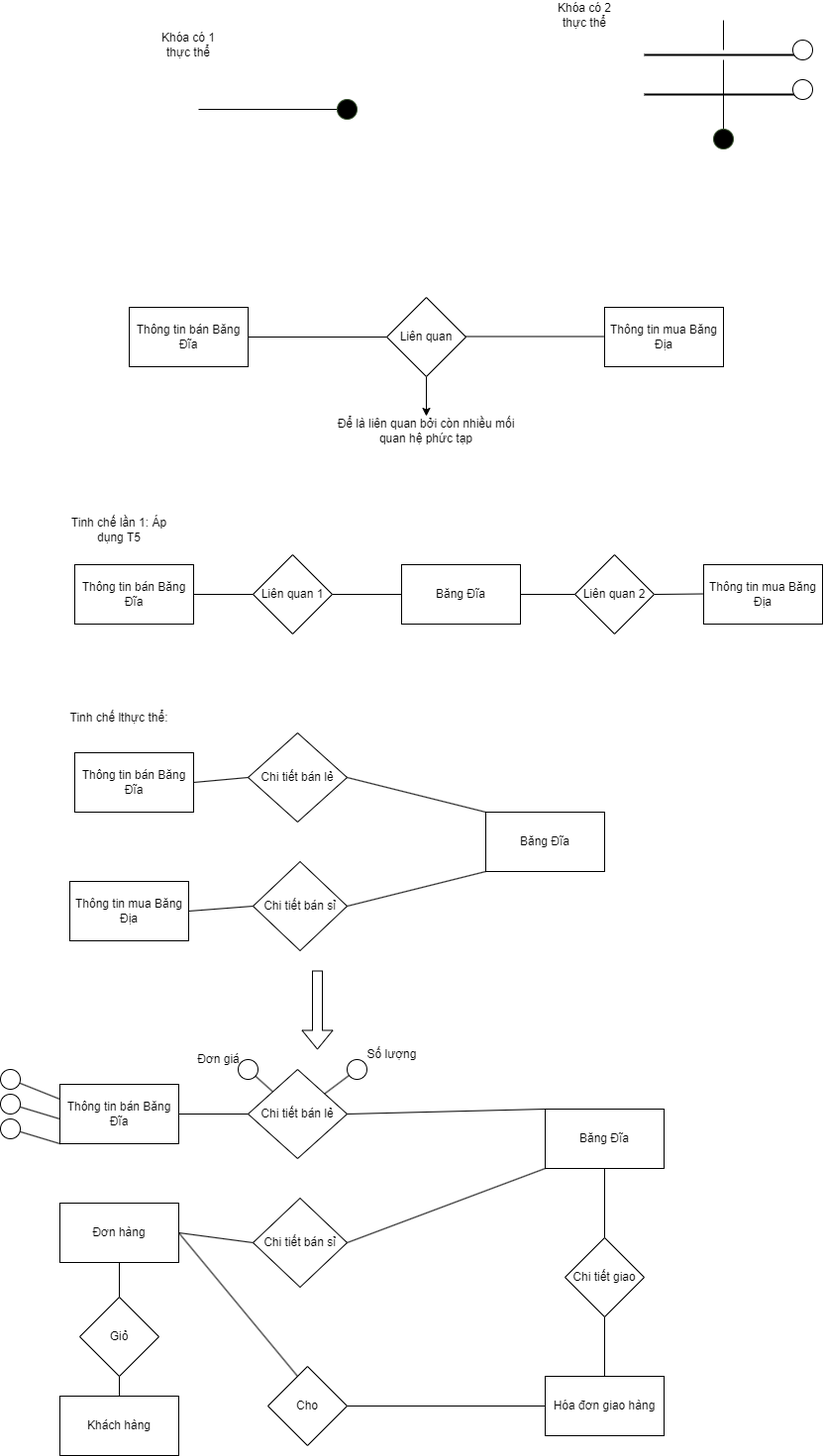
Before: Khóa(Chương 2).png, a diagram exported from draw.io (datnham0212/learning). Source tidied: cells renumbered, new cells last; positions are measured from the earlier drawing's top-left corner, leaving out a move shared by most shapes.
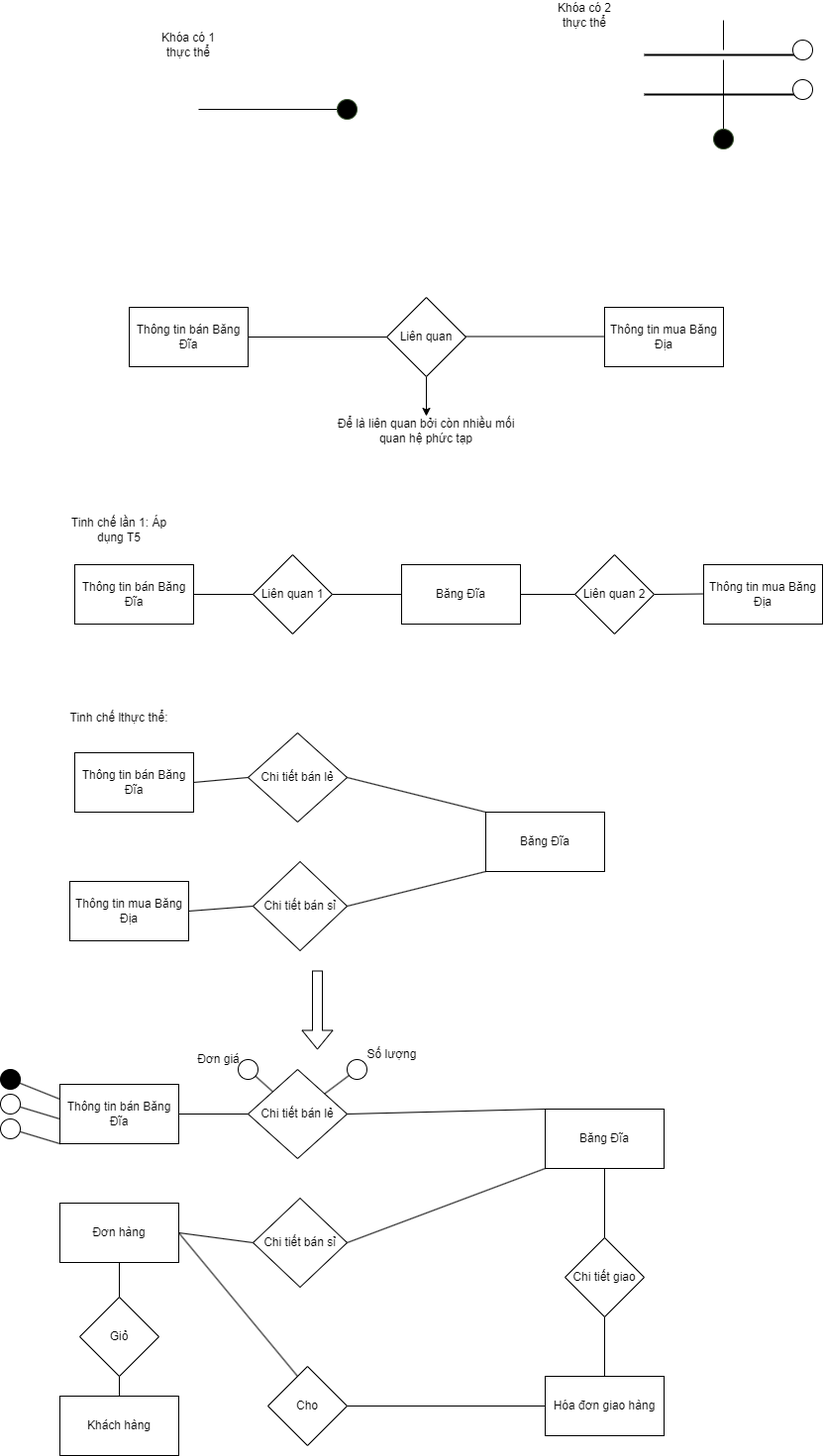
Above is the later version.

The edit, as a diff of the source:
```diff
@@ -229,7 +229,7 @@
     <mxCell id="67" style="endArrow=none;html=1;rounded=0;exitX=0;exitY=0.25;exitDx=0;exitDy=0;" parent="1" edge="1" source="43" target="68">
       <mxGeometry relative="1" as="geometry" />
     </mxCell>
-    <mxCell id="68" style="ellipse;whiteSpace=wrap;html=1;" parent="1" vertex="1">
+    <mxCell id="68" style="ellipse;whiteSpace=wrap;html=1;fillColor=#000000;" parent="1" vertex="1">
       <mxGeometry y="1080" width="20" height="20" as="geometry" />
     </mxCell>
     <mxCell id="69" style="endArrow=none;html=1;rounded=0;exitX=0;exitY=0.25;exitDx=0;exitDy=0;" parent="1" edge="1" target="70">
```
